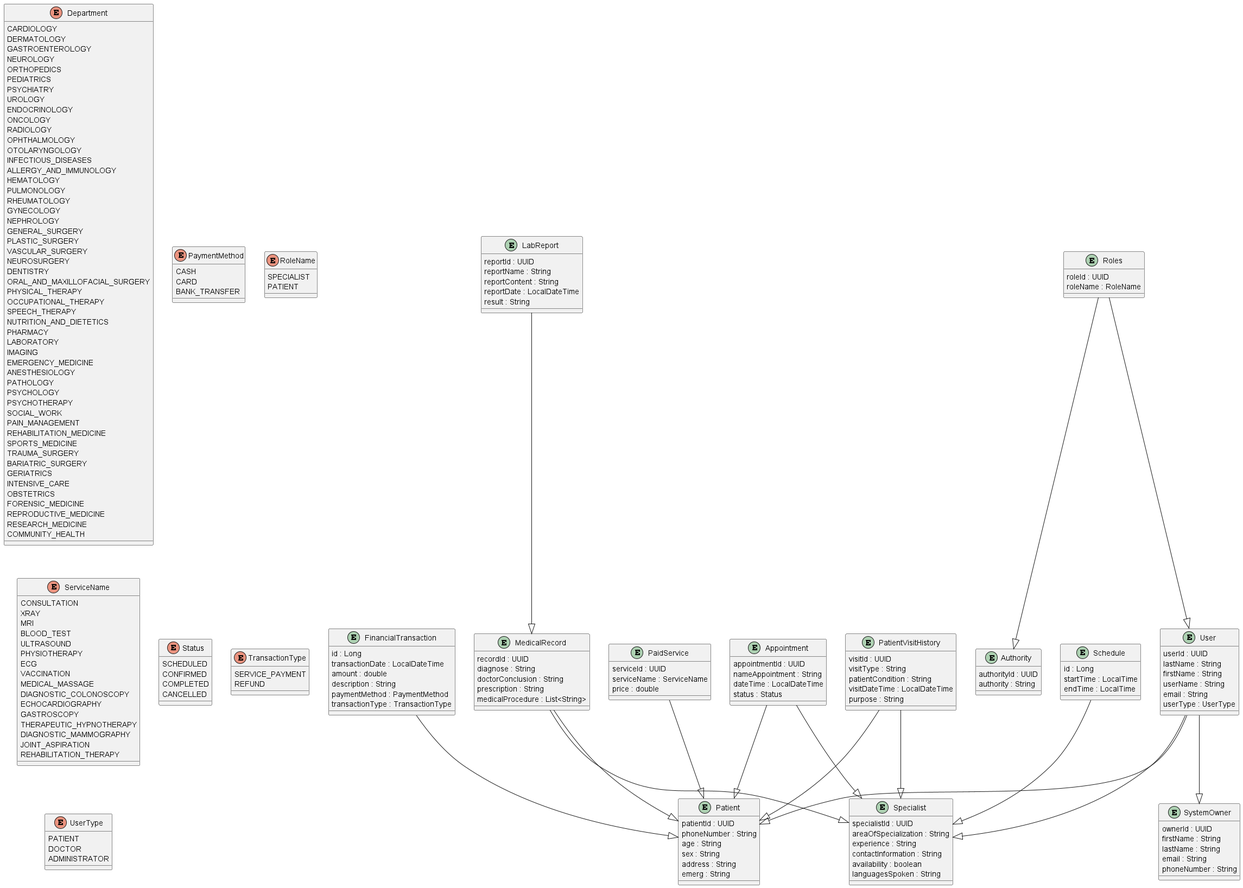
The PlantUML diagram src/main/resources/clinicservice.png in Natallia9/ClinicService, before a commit.
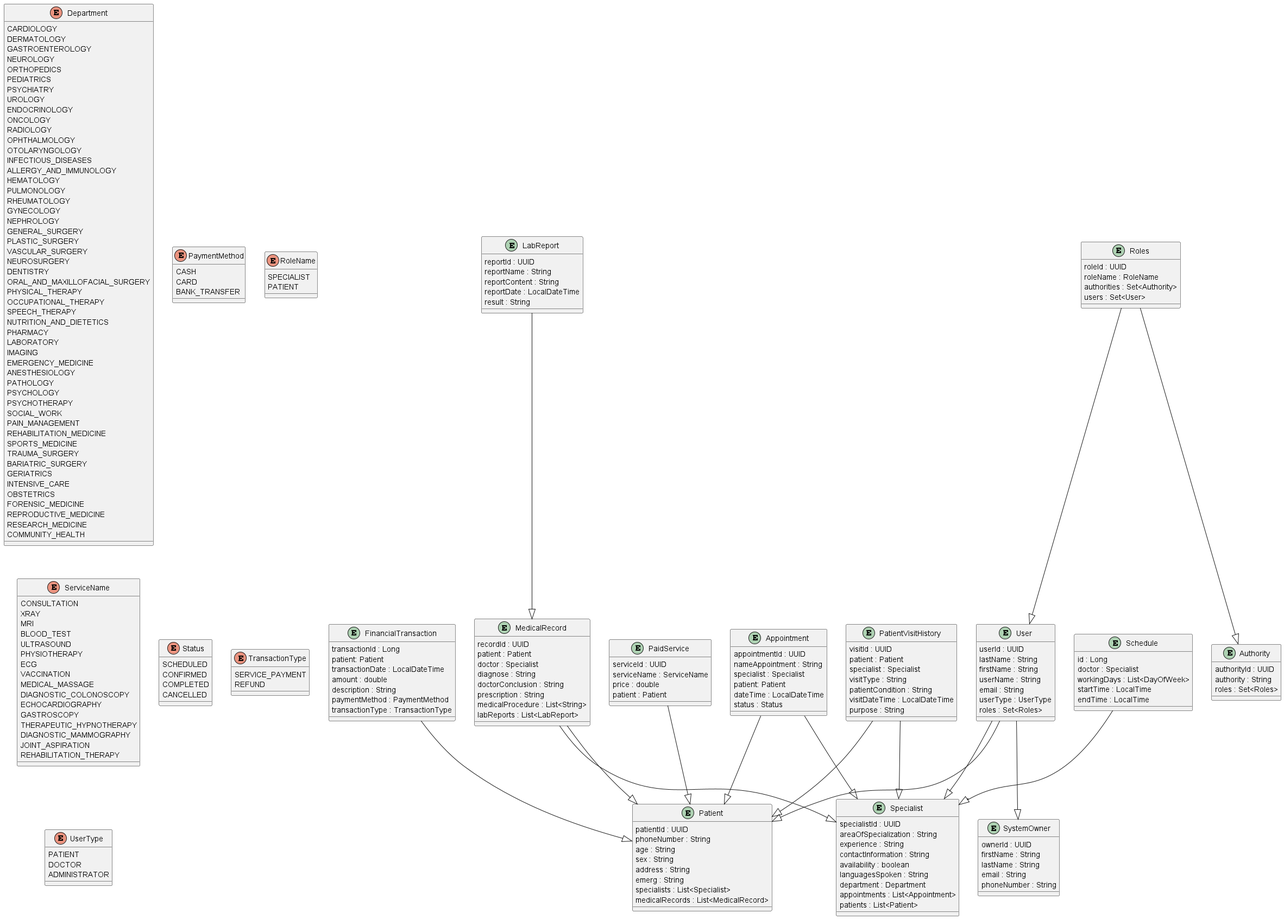
After the change.

Diff of the diagram source:
```diff
@@ -105,6 +105,8 @@
 entity Appointment {
     appointmentId : UUID
     nameAppointment : String
+    specialist : Specialist
+    patient: Patient
     dateTime : LocalDateTime
     status : Status
 }
@@ -112,10 +114,12 @@
 entity Authority {
     authorityId : UUID
     authority : String
+    roles : Set<Roles>
 }
 
 entity FinancialTransaction {
-    id : Long
+    transactionId : Long
+    patient: Patient
     transactionDate : LocalDateTime
     amount : double
     description : String
@@ -133,16 +137,20 @@
 
 entity MedicalRecord {
     recordId : UUID
+    patient : Patient
+    doctor : Specialist
     diagnose : String
     doctorConclusion : String
     prescription : String
     medicalProcedure : List<String>
+    labReports : List<LabReport>
 }
 
 entity PaidService {
     serviceId : UUID
     serviceName : ServiceName
     price : double
+    patient : Patient
 }
 
 entity Patient {
@@ -152,23 +160,32 @@
     sex : String
     address : String
     emerg : String
+    specialists : List<Specialist>
+    medicalRecords : List<MedicalRecord>
 }
 
 entity PatientVisitHistory {
     visitId : UUID
+    patient : Patient
+    specialist : Specialist
     visitType : String
     patientCondition : String
     visitDateTime : LocalDateTime
     purpose : String
+
 }
 
 entity Roles {
     roleId : UUID
     roleName : RoleName
+    authorities : Set<Authority>
+    users : Set<User>
 }
 
 entity Schedule {
     id : Long
+    doctor : Specialist
+    workingDays : List<DayOfWeek>
     startTime : LocalTime
     endTime : LocalTime
 }
@@ -180,6 +197,9 @@
     contactInformation : String
     availability : boolean
     languagesSpoken : String
+    department : Department
+    appointments : List<Appointment>
+    patients : List<Patient>
 }
 
 entity SystemOwner {
@@ -197,6 +217,7 @@
     userName : String
     email : String
     userType : UserType
+    roles : Set<Roles>
 }
 
 User --|> Specialist
```
